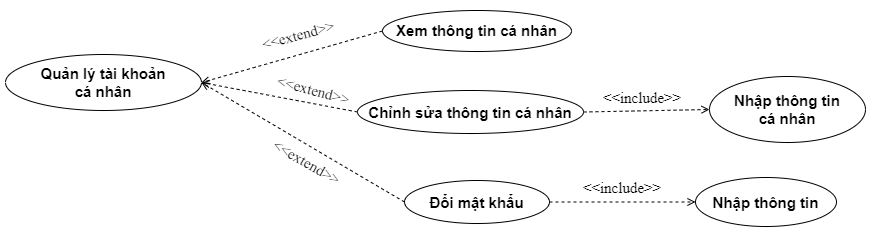
Above: SODO/Usecase/QL thông tin cá nhân.drawio.png in khuevotan/TaiCamRanh_DATN (draw.io), before the change. Source tidied: cells renumbered, new cells last; positions are measured from the earlier drawing's top-left corner, leaving out a move shared by most shapes.
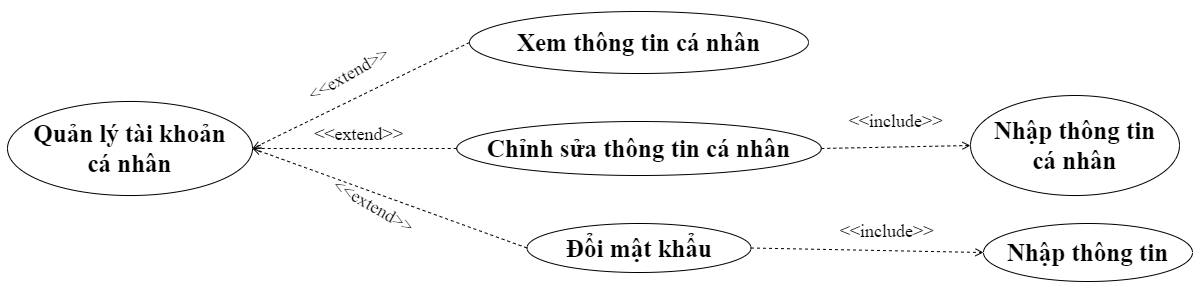
Later version of the same file.

What changed in the source:
```diff
@@ -2,53 +2,53 @@
   <root>
     <mxCell id="0" />
     <mxCell id="1" parent="0" />
-    <mxCell id="2" value="&lt;b&gt;Xem thông tin cá nhân&lt;/b&gt;" style="ellipse;whiteSpace=wrap;html=1;fontSize=15;" parent="1" vertex="1">
-      <mxGeometry x="377" width="189" height="41" as="geometry" />
+    <mxCell id="2" value="&lt;b style=&quot;font-size: 25px;&quot;&gt;Xem thông tin cá nhân&lt;br&gt;&lt;/b&gt;" style="ellipse;whiteSpace=wrap;html=1;fontSize=25;fontFamily=Times New Roman;" parent="1" vertex="1">
+      <mxGeometry x="548" y="295" width="339" height="62" as="geometry" />
     </mxCell>
+    <mxCell id="15" value="Nhập thông tin" style="ellipse;whiteSpace=wrap;html=1;fontSize=25;fontFamily=Times New Roman;fontStyle=1;" parent="1" vertex="1">
+      <mxGeometry x="1062" y="507" width="209" height="58" as="geometry" />
+    </mxCell>
+    <mxCell id="12" value="Đổi mật khẩu" style="ellipse;whiteSpace=wrap;html=1;fontSize=25;fontFamily=Times New Roman;fontStyle=1;" parent="1" vertex="1">
+      <mxGeometry x="605.5" y="507" width="224" height="49" as="geometry" />
+    </mxCell>
+    <mxCell id="5" style="edgeStyle=none;html=1;endArrow=open;verticalAlign=bottom;dashed=1;labelBackgroundColor=none;rounded=0;exitX=0;exitY=0.5;exitDx=0;exitDy=0;fontSize=25;entryX=1;entryY=0.5;entryDx=0;entryDy=0;" parent="1" edge="1" source="2" target="4">
+      <mxGeometry relative="1" as="geometry" />
+    </mxCell>
+    <mxCell id="4" value="Quản lý tài khoản &lt;br&gt;cá nhân" style="ellipse;whiteSpace=wrap;html=1;fontSize=25;fontFamily=Times New Roman;fontStyle=1;" parent="1" vertex="1">
+      <mxGeometry x="86" y="385" width="245" height="94.1" as="geometry" />
+    </mxCell>
+    <mxCell id="13" style="edgeStyle=none;html=1;endArrow=open;verticalAlign=bottom;dashed=1;labelBackgroundColor=none;rounded=0;exitX=0;exitY=0.5;exitDx=0;exitDy=0;fontSize=25;entryX=1;entryY=0.5;entryDx=0;entryDy=0;" parent="1" edge="1" source="12" target="4">
+      <mxGeometry relative="1" as="geometry" />
+    </mxCell>
+    <mxCell id="18" value="&lt;font style=&quot;font-size: 18px;&quot;&gt;&amp;lt;&amp;lt;extend&amp;gt;&amp;gt;&lt;/font&gt;" style="text;html=1;strokeColor=none;fillColor=none;align=center;verticalAlign=middle;whiteSpace=wrap;rounded=0;fontFamily=Times New Roman;fontSize=18;rotation=-30;fontStyle=0;" parent="1" vertex="1">
+      <mxGeometry x="387" y="341" width="81" height="34.1" as="geometry" />
+    </mxCell>
+    <mxCell id="19" value="&lt;font style=&quot;font-size: 18px;&quot;&gt;&amp;lt;&amp;lt;extend&amp;gt;&amp;gt;&lt;/font&gt;" style="text;html=1;strokeColor=none;fillColor=none;align=center;verticalAlign=middle;whiteSpace=wrap;rounded=0;fontFamily=Times New Roman;fontSize=18;rotation=0;fontStyle=0;" parent="1" vertex="1">
+      <mxGeometry x="397" y="401" width="81" height="34.1" as="geometry" />
+    </mxCell>
+    <mxCell id="20" value="&lt;font style=&quot;font-size: 18px;&quot;&gt;&amp;lt;&amp;lt;extend&amp;gt;&amp;gt;&lt;/font&gt;" style="text;html=1;strokeColor=none;fillColor=none;align=center;verticalAlign=middle;whiteSpace=wrap;rounded=0;fontFamily=Times New Roman;fontSize=18;rotation=30;fontStyle=0;" parent="1" vertex="1">
+      <mxGeometry x="412" y="472.9" width="81" height="34.1" as="geometry" />
+    </mxCell>
-    <mxCell id="3" value="&lt;b&gt;Chỉnh sửa thông tin cá nhân&lt;/b&gt;" style="ellipse;whiteSpace=wrap;html=1;fontSize=15;" parent="1" vertex="1">
-      <mxGeometry x="352" y="80" width="226" height="43" as="geometry" />
+    <mxCell id="3" value="&lt;b style=&quot;font-size: 25px;&quot;&gt;Chỉnh sửa thông tin cá nhân&lt;/b&gt;" style="ellipse;whiteSpace=wrap;html=1;fontSize=25;fontFamily=Times New Roman;" parent="1" vertex="1">
+      <mxGeometry x="535.2" y="405" width="364.6" height="54" as="geometry" />
     </mxCell>
-    <mxCell id="4" value="&lt;b&gt;Quản lý tài khoản &lt;br&gt;cá nhân&lt;/b&gt;" style="ellipse;whiteSpace=wrap;html=1;fontSize=15;" parent="1" vertex="1">
-      <mxGeometry y="44" width="196" height="56" as="geometry" />
-    </mxCell>
-    <mxCell id="5" style="edgeStyle=none;html=1;endArrow=open;verticalAlign=bottom;dashed=1;labelBackgroundColor=none;rounded=0;fontSize=15;entryX=1;entryY=0.5;entryDx=0;entryDy=0;exitX=0;exitY=0.5;exitDx=0;exitDy=0;" parent="1" edge="1" source="2" target="4">
-      <mxGeometry relative="1" as="geometry" />
-    </mxCell>
-    <mxCell id="6" value="&lt;font style=&quot;font-size: 15px;&quot;&gt;&amp;lt;&amp;lt;include&amp;gt;&amp;gt;&lt;/font&gt;" style="text;html=1;strokeColor=none;fillColor=none;align=center;verticalAlign=middle;whiteSpace=wrap;rounded=0;fontFamily=Times New Roman;fontSize=15;rotation=0;fontStyle=0;" parent="1" vertex="1">
-      <mxGeometry x="607" y="72" width="60" height="30" as="geometry" />
-    </mxCell>
-    <mxCell id="7" value="&lt;span style=&quot;color: rgb(0, 0, 0); font-family: &amp;quot;Times New Roman&amp;quot;; font-size: 15px; font-style: normal; font-variant-ligatures: normal; font-variant-caps: normal; font-weight: 400; letter-spacing: normal; orphans: 2; text-align: center; text-indent: 0px; text-transform: none; widows: 2; word-spacing: 0px; -webkit-text-stroke-width: 0px; background-color: rgb(255, 255, 255); text-decoration-thickness: initial; text-decoration-style: initial; text-decoration-color: initial; float: none; display: inline !important;&quot;&gt;&amp;lt;&amp;lt;extend&amp;gt;&amp;gt;&lt;/span&gt;" style="text;whiteSpace=wrap;html=1;rotation=-15;fontSize=15;" parent="1" vertex="1">
-      <mxGeometry x="254" y="11" width="61" height="30" as="geometry" />
-    </mxCell>
-    <mxCell id="8" style="edgeStyle=none;html=1;endArrow=open;verticalAlign=bottom;dashed=1;labelBackgroundColor=none;rounded=0;fontSize=15;entryX=1;entryY=0.5;entryDx=0;entryDy=0;exitX=0;exitY=0.5;exitDx=0;exitDy=0;" parent="1" edge="1" source="3" target="4">
+    <mxCell id="8" style="edgeStyle=none;html=1;endArrow=open;verticalAlign=bottom;dashed=1;labelBackgroundColor=none;rounded=0;exitX=0;exitY=0.5;exitDx=0;exitDy=0;fontSize=25;entryX=1;entryY=0.5;entryDx=0;entryDy=0;" parent="1" edge="1" source="3" target="4">
       <mxGeometry relative="1" as="geometry" />
     </mxCell>
-    <mxCell id="9" value="&lt;span style=&quot;color: rgb(0, 0, 0); font-family: &amp;quot;Times New Roman&amp;quot;; font-size: 15px; font-style: normal; font-variant-ligatures: normal; font-variant-caps: normal; font-weight: 400; letter-spacing: normal; orphans: 2; text-align: center; text-indent: 0px; text-transform: none; widows: 2; word-spacing: 0px; -webkit-text-stroke-width: 0px; background-color: rgb(255, 255, 255); text-decoration-thickness: initial; text-decoration-style: initial; text-decoration-color: initial; float: none; display: inline !important;&quot;&gt;&amp;lt;&amp;lt;extend&amp;gt;&amp;gt;&lt;/span&gt;" style="text;whiteSpace=wrap;html=1;rotation=15;fontSize=15;" parent="1" vertex="1">
-      <mxGeometry x="270" y="62" width="61" height="30" as="geometry" />
-    </mxCell>
-    <mxCell id="10" value="&lt;b&gt;Nhập thông tin&lt;br&gt;cá nhân&lt;/b&gt;" style="ellipse;whiteSpace=wrap;html=1;fontSize=15;" parent="1" vertex="1">
-      <mxGeometry x="704" y="66" width="156" height="66" as="geometry" />
+    <mxCell id="10" value="Nhập thông tin&lt;br&gt;cá nhân" style="ellipse;whiteSpace=wrap;html=1;fontSize=25;fontFamily=Times New Roman;fontStyle=1;" parent="1" vertex="1">
+      <mxGeometry x="1049" y="379" width="209" height="100" as="geometry" />
     </mxCell>
+    <mxCell id="17" style="edgeStyle=none;html=1;endArrow=open;verticalAlign=bottom;dashed=1;labelBackgroundColor=none;rounded=0;exitX=1;exitY=0.5;exitDx=0;exitDy=0;fontSize=25;entryX=0;entryY=0.5;entryDx=0;entryDy=0;" parent="1" edge="1" source="12" target="15">
+      <mxGeometry relative="1" as="geometry" />
+    </mxCell>
-    <mxCell id="11" style="edgeStyle=none;html=1;endArrow=open;verticalAlign=bottom;dashed=1;labelBackgroundColor=none;rounded=0;fontSize=15;entryX=0;entryY=0.5;entryDx=0;entryDy=0;exitX=1;exitY=0.5;exitDx=0;exitDy=0;" parent="1" edge="1" source="3" target="10">
+    <mxCell id="11" style="edgeStyle=none;html=1;endArrow=open;verticalAlign=bottom;dashed=1;labelBackgroundColor=none;rounded=0;exitX=1;exitY=0.5;exitDx=0;exitDy=0;fontSize=25;entryX=0;entryY=0.5;entryDx=0;entryDy=0;" parent="1" edge="1" source="3" target="10">
       <mxGeometry relative="1" as="geometry" />
     </mxCell>
-    <mxCell id="12" value="&lt;b&gt;Đổi mật khẩu&lt;/b&gt;" style="ellipse;whiteSpace=wrap;html=1;fontSize=15;" parent="1" vertex="1">
-      <mxGeometry x="399" y="170" width="145" height="43" as="geometry" />
-    </mxCell>
-    <mxCell id="13" style="edgeStyle=none;html=1;endArrow=open;verticalAlign=bottom;dashed=1;labelBackgroundColor=none;rounded=0;fontSize=15;entryX=1;entryY=0.5;entryDx=0;entryDy=0;exitX=0;exitY=0.5;exitDx=0;exitDy=0;" parent="1" edge="1" source="12" target="4">
-      <mxGeometry relative="1" as="geometry" />
-    </mxCell>
-    <mxCell id="14" value="&lt;span style=&quot;color: rgb(0, 0, 0); font-family: &amp;quot;Times New Roman&amp;quot;; font-size: 15px; font-style: normal; font-variant-ligatures: normal; font-variant-caps: normal; font-weight: 400; letter-spacing: normal; orphans: 2; text-align: center; text-indent: 0px; text-transform: none; widows: 2; word-spacing: 0px; -webkit-text-stroke-width: 0px; background-color: rgb(255, 255, 255); text-decoration-thickness: initial; text-decoration-style: initial; text-decoration-color: initial; float: none; display: inline !important;&quot;&gt;&amp;lt;&amp;lt;extend&amp;gt;&amp;gt;&lt;/span&gt;" style="text;whiteSpace=wrap;html=1;rotation=30;fontSize=15;" parent="1" vertex="1">
-      <mxGeometry x="264" y="132" width="61" height="30" as="geometry" />
-    </mxCell>
-    <mxCell id="15" value="&lt;b&gt;Nhập thông tin&lt;/b&gt;" style="ellipse;whiteSpace=wrap;html=1;fontSize=15;" parent="1" vertex="1">
-      <mxGeometry x="690" y="167" width="141" height="49" as="geometry" />
-    </mxCell>
-    <mxCell id="16" value="&lt;font style=&quot;font-size: 15px;&quot;&gt;&amp;lt;&amp;lt;include&amp;gt;&amp;gt;&lt;/font&gt;" style="text;html=1;strokeColor=none;fillColor=none;align=center;verticalAlign=middle;whiteSpace=wrap;rounded=0;fontFamily=Times New Roman;fontSize=15;rotation=0;fontStyle=0;" parent="1" vertex="1">
-      <mxGeometry x="587" y="162" width="60" height="30" as="geometry" />
-    </mxCell>
-    <mxCell id="17" style="edgeStyle=none;html=1;endArrow=open;verticalAlign=bottom;dashed=1;labelBackgroundColor=none;rounded=0;fontSize=15;exitX=1;exitY=0.5;exitDx=0;exitDy=0;entryX=0;entryY=0.5;entryDx=0;entryDy=0;" parent="1" edge="1" source="12" target="15">
-      <mxGeometry relative="1" as="geometry" />
-    </mxCell>
+    <mxCell id="21" value="&lt;font style=&quot;font-size: 18px;&quot;&gt;&amp;lt;&amp;lt;include&amp;gt;&amp;gt;&lt;/font&gt;" style="text;html=1;strokeColor=none;fillColor=none;align=center;verticalAlign=middle;whiteSpace=wrap;rounded=0;fontFamily=Times New Roman;fontSize=18;rotation=0;fontStyle=0;" parent="1" vertex="1">
+      <mxGeometry x="934" y="388" width="81" height="34.1" as="geometry" />
+    </mxCell>
+    <mxCell id="22" value="&lt;font style=&quot;font-size: 18px;&quot;&gt;&amp;lt;&amp;lt;include&amp;gt;&amp;gt;&lt;/font&gt;" style="text;html=1;strokeColor=none;fillColor=none;align=center;verticalAlign=middle;whiteSpace=wrap;rounded=0;fontFamily=Times New Roman;fontSize=18;rotation=0;fontStyle=0;" parent="1" vertex="1">
+      <mxGeometry x="925" y="498" width="81" height="34.1" as="geometry" />
+    </mxCell>
   </root>
 </mxGraphModel>
```
